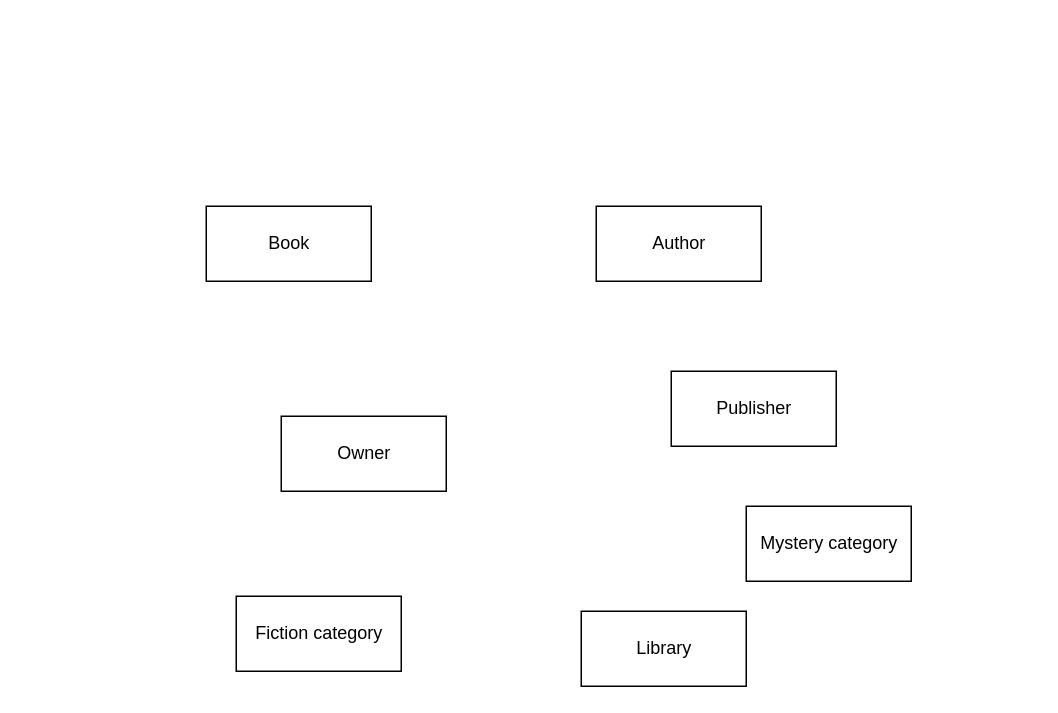
The draw.io diagram Relationshipbook.drawio in fxrhxnS/Week2Diagram, before the edit. Source tidied: cells renumbered, new cells numbered last; positions are measured from the earlier drawing's top-left corner, leaving out a move shared by most shapes. Both pictures are drawn from the tidied source at 150%, with x=0, y=0 at pixel (206, 206).
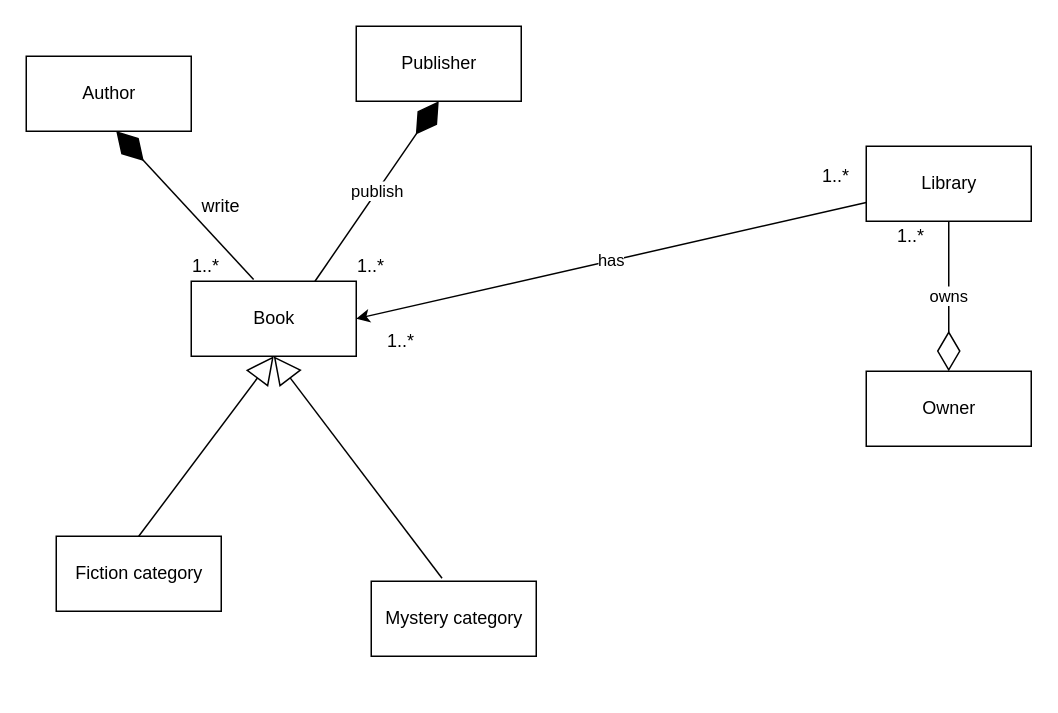
After the change.

What changed in the source:
```diff
@@
     <mxCell id="2" value="Book" style="html=1;" parent="1" vertex="1">
-      <mxGeometry width="110" height="50" as="geometry" />
+      <mxGeometry x="-10" y="50" width="110" height="50" as="geometry" />
     </mxCell>
     <mxCell id="3" value="Author" style="html=1;" parent="1" vertex="1">
-      <mxGeometry x="260" width="110" height="50" as="geometry" />
+      <mxGeometry x="-120" y="-100" width="110" height="50" as="geometry" />
     </mxCell>
     <mxCell id="4" value="Owner" style="html=1;" parent="1" vertex="1">
-      <mxGeometry x="50" y="140" width="110" height="50" as="geometry" />
+      <mxGeometry x="440" y="110" width="110" height="50" as="geometry" />
     </mxCell>
     <mxCell id="5" value="Publisher" style="html=1;" parent="1" vertex="1">
-      <mxGeometry x="310" y="110" width="110" height="50" as="geometry" />
+      <mxGeometry x="100" y="-120" width="110" height="50" as="geometry" />
     </mxCell>
     <mxCell id="6" value="Library" style="html=1;" parent="1" vertex="1">
-      <mxGeometry x="250" y="270" width="110" height="50" as="geometry" />
+      <mxGeometry x="440" y="-40" width="110" height="50" as="geometry" />
     </mxCell>
     <mxCell id="7" value="Fiction category" style="html=1;" parent="1" vertex="1">
-      <mxGeometry x="20" y="260" width="110" height="50" as="geometry" />
+      <mxGeometry x="-100" y="220" width="110" height="50" as="geometry" />
     </mxCell>
     <mxCell id="8" value="Mystery category" style="html=1;" parent="1" vertex="1">
-      <mxGeometry x="360" y="200" width="110" height="50" as="geometry" />
+      <mxGeometry x="110" y="250" width="110" height="50" as="geometry" />
     </mxCell>
+    <mxCell id="9" value="owns" style="endArrow=diamondThin;endFill=0;endSize=24;html=1;entryX=0.5;entryY=0;entryDx=0;entryDy=0;" parent="1" edge="1" source="6" target="4">
+      <mxGeometry relative="1" as="geometry" />
+    </mxCell>
+    <mxCell id="10" style="endArrow=block;endSize=16;endFill=0;html=1;exitX=0.5;exitY=0;exitDx=0;exitDy=0;entryX=0.5;entryY=1;entryDx=0;entryDy=0;" parent="1" edge="1" source="7" target="2">
+      <mxGeometry relative="1" as="geometry" />
+    </mxCell>
+    <mxCell id="11" style="endArrow=block;endSize=16;endFill=0;html=1;exitX=0.429;exitY=-0.04;exitDx=0;exitDy=0;exitPerimeter=0;entryX=0.5;entryY=1;entryDx=0;entryDy=0;" parent="1" edge="1" source="8" target="2">
+      <mxGeometry relative="1" as="geometry" />
+    </mxCell>
+    <mxCell id="12" style="endArrow=diamondThin;endFill=1;endSize=24;html=1;exitX=0.378;exitY=-0.024;exitDx=0;exitDy=0;exitPerimeter=0;" parent="1" edge="1" source="2">
+      <mxGeometry relative="1" as="geometry">
+        <mxPoint x="-60" y="-50" as="targetPoint" />
+      </mxGeometry>
+    </mxCell>
+    <mxCell id="13" value="1..*" style="text;html=1;strokeColor=none;fillColor=none;align=center;verticalAlign=middle;whiteSpace=wrap;rounded=0;" parent="1" vertex="1">
+      <mxGeometry x="-20" y="30" width="40" height="20" as="geometry" />
+    </mxCell>
+    <mxCell id="14" value="write" style="text;html=1;strokeColor=none;fillColor=none;align=center;verticalAlign=middle;whiteSpace=wrap;rounded=0;" parent="1" vertex="1">
+      <mxGeometry x="-10" y="-10" width="40" height="20" as="geometry" />
+    </mxCell>
+    <mxCell id="15" value="has" style="endArrow=classic;html=1;entryX=1;entryY=0.5;entryDx=0;entryDy=0;" parent="1" edge="1" source="6" target="2">
+      <mxGeometry relative="1" as="geometry" />
+    </mxCell>
+    <mxCell id="16" value="publish" style="endArrow=diamondThin;endFill=1;endSize=24;html=1;entryX=0.5;entryY=1;entryDx=0;entryDy=0;exitX=0.75;exitY=0;exitDx=0;exitDy=0;" parent="1" edge="1" source="2" target="5">
+      <mxGeometry relative="1" as="geometry" />
+    </mxCell>
+    <mxCell id="17" value="1..*" style="text;html=1;strokeColor=none;fillColor=none;align=center;verticalAlign=middle;whiteSpace=wrap;rounded=0;" parent="1" vertex="1">
+      <mxGeometry x="90" y="30" width="40" height="20" as="geometry" />
+    </mxCell>
+    <mxCell id="18" value="1..*" style="text;html=1;strokeColor=none;fillColor=none;align=center;verticalAlign=middle;whiteSpace=wrap;rounded=0;" parent="1" vertex="1">
+      <mxGeometry x="110" y="80" width="40" height="20" as="geometry" />
+    </mxCell>
+    <mxCell id="19" value="1..*" style="text;html=1;strokeColor=none;fillColor=none;align=center;verticalAlign=middle;whiteSpace=wrap;rounded=0;" parent="1" vertex="1">
+      <mxGeometry x="400" y="-30" width="40" height="20" as="geometry" />
+    </mxCell>
+    <mxCell id="20" value="1..*" style="text;html=1;strokeColor=none;fillColor=none;align=center;verticalAlign=middle;whiteSpace=wrap;rounded=0;" parent="1" vertex="1">
+      <mxGeometry x="450" y="10" width="40" height="20" as="geometry" />
+    </mxCell>
```
